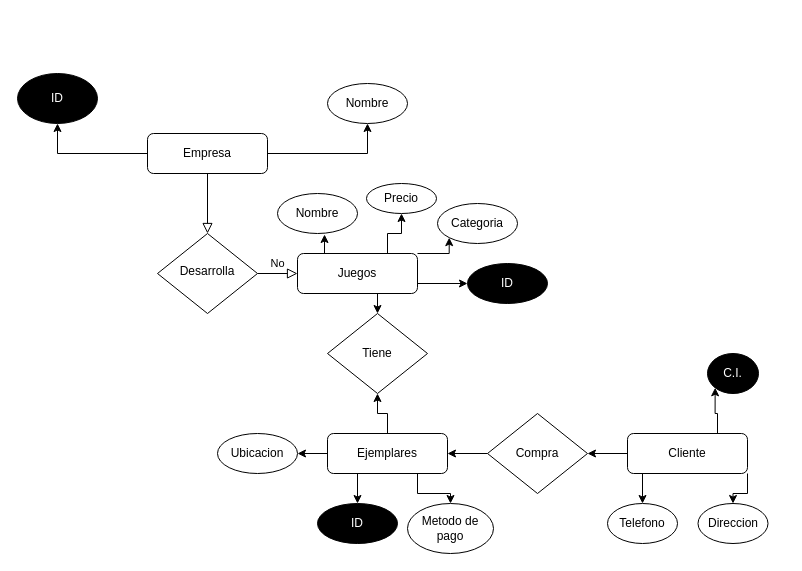
Earlier version of the draw.io diagram Untitled Diagram.drawio (flashboy2324/panaderia). Source tidied: cells renumbered, new cells numbered last; positions are measured from the earlier drawing's top-left corner, leaving out a move shared by most shapes. Both pictures are drawn from the tidied source at 100%, with x=0, y=0 at pixel (17, 73).
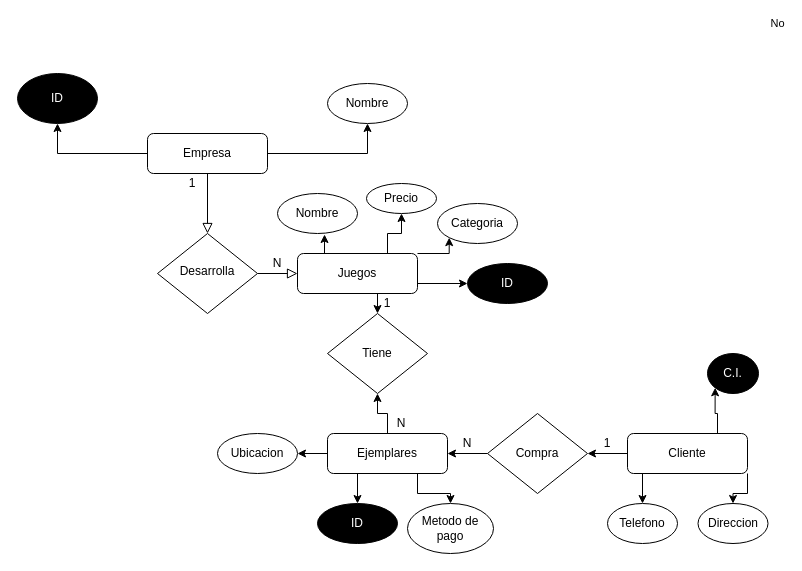
Above is the later version.

Unchanged cells that the change refers to:
```xml
<mxCell id="7" value="Desarrolla" style="rhombus;whiteSpace=wrap;html=1;shadow=0;fontFamily=Helvetica;fontSize=12;align=center;strokeWidth=1;spacing=6;spacingTop=-4;" parent="1" vertex="1">
  <mxGeometry x="140" y="160" width="100" height="80" as="geometry" />
</mxCell>
<mxCell id="12" value="Juegos" style="rounded=1;whiteSpace=wrap;html=1;fontSize=12;glass=0;strokeWidth=1;shadow=0;" parent="1" vertex="1">
  <mxGeometry x="280" y="180" width="120" height="40" as="geometry" />
</mxCell>
```

Change to the diagram source:
```diff
@@
     <mxCell id="6" value="No" style="edgeStyle=orthogonalEdgeStyle;rounded=0;html=1;jettySize=auto;fontSize=11;endArrow=block;endFill=0;endSize=8;strokeWidth=1;shadow=0;labelBackgroundColor=none;" parent="1" edge="1" source="7" target="12">
-      <mxGeometry y="10" relative="1" as="geometry" />
+      <mxGeometry x="1" y="541" relative="1" as="geometry">
+        <mxPoint x="480" y="291" as="offset" />
+      </mxGeometry>
     </mxCell>
@@
+    <mxCell id="39" value="1" style="text;html=1;strokeColor=none;fillColor=none;align=center;verticalAlign=middle;whiteSpace=wrap;rounded=0;" parent="1" vertex="1">
+      <mxGeometry x="160" y="100" width="30" height="20" as="geometry" />
+    </mxCell>
+    <mxCell id="40" value="N" style="text;html=1;strokeColor=none;fillColor=none;align=center;verticalAlign=middle;whiteSpace=wrap;rounded=0;" parent="1" vertex="1">
+      <mxGeometry x="240" y="180" width="40" height="20" as="geometry" />
+    </mxCell>
+    <mxCell id="41" value="1" style="text;html=1;strokeColor=none;fillColor=none;align=center;verticalAlign=middle;whiteSpace=wrap;rounded=0;" parent="1" vertex="1">
+      <mxGeometry x="350" y="220" width="40" height="20" as="geometry" />
+    </mxCell>
+    <mxCell id="42" value="N" style="text;html=1;strokeColor=none;fillColor=none;align=center;verticalAlign=middle;whiteSpace=wrap;rounded=0;" parent="1" vertex="1">
+      <mxGeometry x="364" y="340" width="40" height="20" as="geometry" />
+    </mxCell>
+    <mxCell id="43" value="1" style="text;html=1;strokeColor=none;fillColor=none;align=center;verticalAlign=middle;whiteSpace=wrap;rounded=0;" parent="1" vertex="1">
+      <mxGeometry x="570" y="360" width="40" height="20" as="geometry" />
+    </mxCell>
+    <mxCell id="44" value="N" style="text;html=1;strokeColor=none;fillColor=none;align=center;verticalAlign=middle;whiteSpace=wrap;rounded=0;" parent="1" vertex="1">
+      <mxGeometry x="430" y="360" width="40" height="20" as="geometry" />
+    </mxCell>
```
